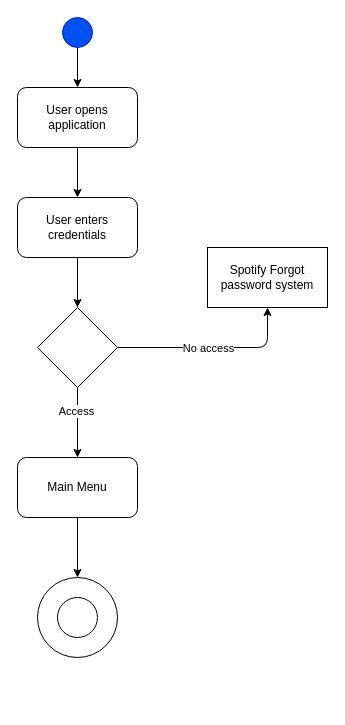
Earlier version of the draw.io diagram GUI user login.drawio (stpilks99/moodipy). Source tidied: cells renumbered, new cells numbered last; positions are measured from the earlier drawing's top-left corner, leaving out a move shared by most shapes. Both pictures are drawn from the tidied source at 100%, with x=0, y=0 at pixel (17, 17).
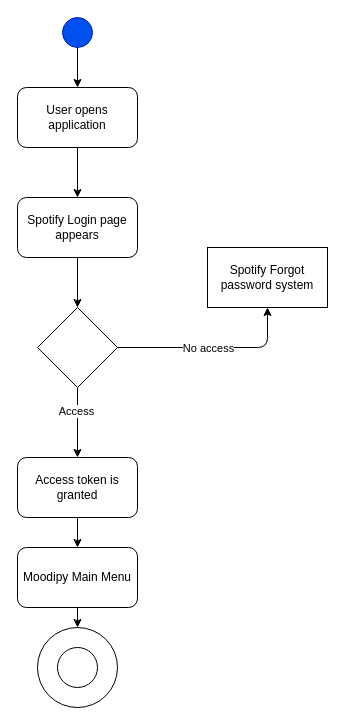
The same diagram, later.

The edit, as a diff of the source:
```diff
@@
     <mxCell id="2" style="ellipse;whiteSpace=wrap;html=1;" parent="1" vertex="1">
-      <mxGeometry x="20" y="560" width="80" height="80" as="geometry" />
+      <mxGeometry x="20" y="610" width="80" height="80" as="geometry" />
     </mxCell>
@@
-    <mxCell id="7" value="User enters credentials" style="rounded=1;whiteSpace=wrap;html=1;" parent="1" vertex="1">
+    <mxCell id="7" value="Spotify Login page appears " style="rounded=1;whiteSpace=wrap;html=1;" parent="1" vertex="1">
       <mxGeometry y="180" width="120" height="60" as="geometry" />
     </mxCell>
@@
-    <mxCell id="15" value="Main Menu" style="rounded=1;whiteSpace=wrap;html=1;" parent="1" vertex="1">
-      <mxGeometry y="440" width="120" height="60" as="geometry" />
+    <mxCell id="15" value="Moodipy Main Menu" style="rounded=1;whiteSpace=wrap;html=1;" parent="1" vertex="1">
+      <mxGeometry y="530" width="120" height="60" as="geometry" />
     </mxCell>
     <mxCell id="16" style="ellipse;whiteSpace=wrap;html=1;" parent="1" vertex="1">
-      <mxGeometry x="40" y="580" width="40" height="40" as="geometry" />
+      <mxGeometry x="40" y="630" width="40" height="40" as="geometry" />
     </mxCell>
@@
+    <mxCell id="18" style="edgeStyle=orthogonalEdgeStyle;rounded=0;jettySize=auto;html=1;" parent="1" edge="1" source="19" target="15">
+      <mxGeometry relative="1" as="geometry" />
+    </mxCell>
+    <mxCell id="19" value="Access token is granted" style="rounded=1;whiteSpace=wrap;html=1;" parent="1" vertex="1">
+      <mxGeometry y="440" width="120" height="60" as="geometry" />
+    </mxCell>
```
